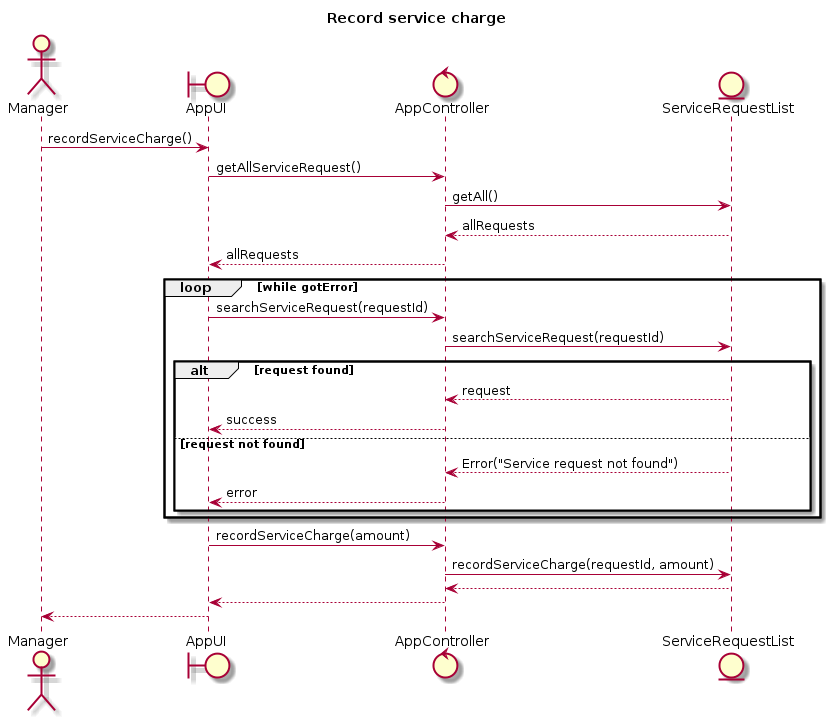
wongjiahau/software-design-assignment keeps this PlantUML diagram as recordServiceCharge.png. Above is the earlier version.
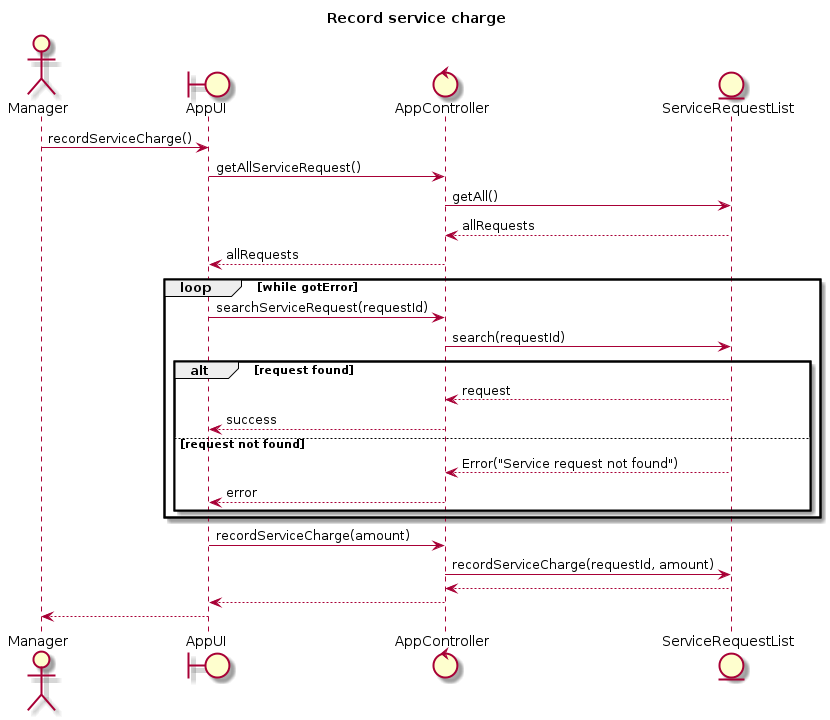
Later version of the same file.

Change to the diagram source:
```diff
@@ -11,7 +11,7 @@
 AppController --> AppUI : allRequests
 loop while gotError
     AppUI -> AppController : searchServiceRequest(requestId)
-    AppController -> ServiceRequestList : searchServiceRequest(requestId)
+    AppController -> ServiceRequestList : search(requestId)
     alt request found
         ServiceRequestList --> AppController : request
         AppController --> AppUI : success
```
